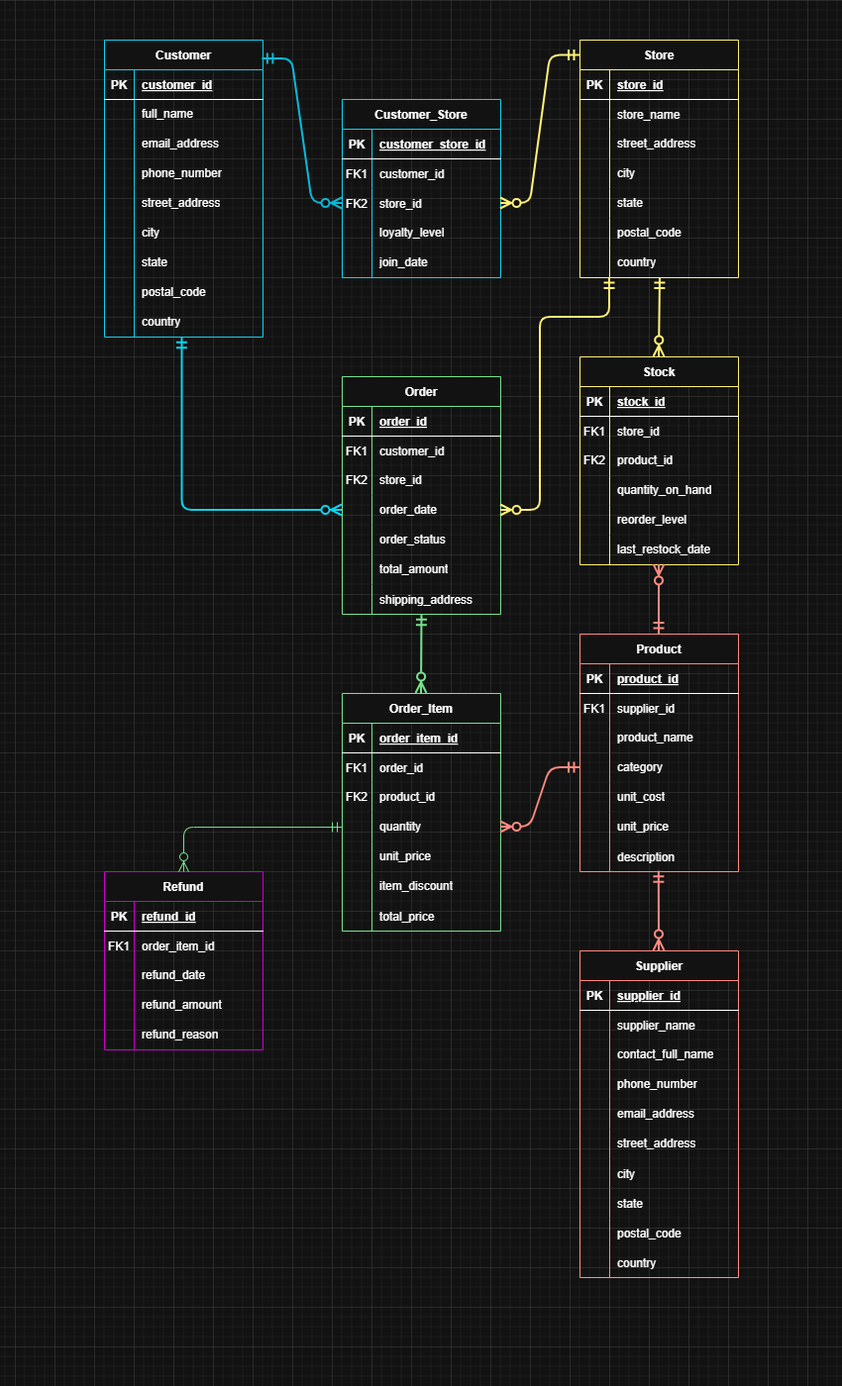
Before: Retail-Insights-Engine/02-Design/Retail_Insights_Engine_ERD.png, a diagram exported from draw.io (thandontsizi/Full-Stack-Projects). Source tidied: cells renumbered, new cells last; positions are measured from the earlier drawing's top-left corner, leaving out a move shared by most shapes.
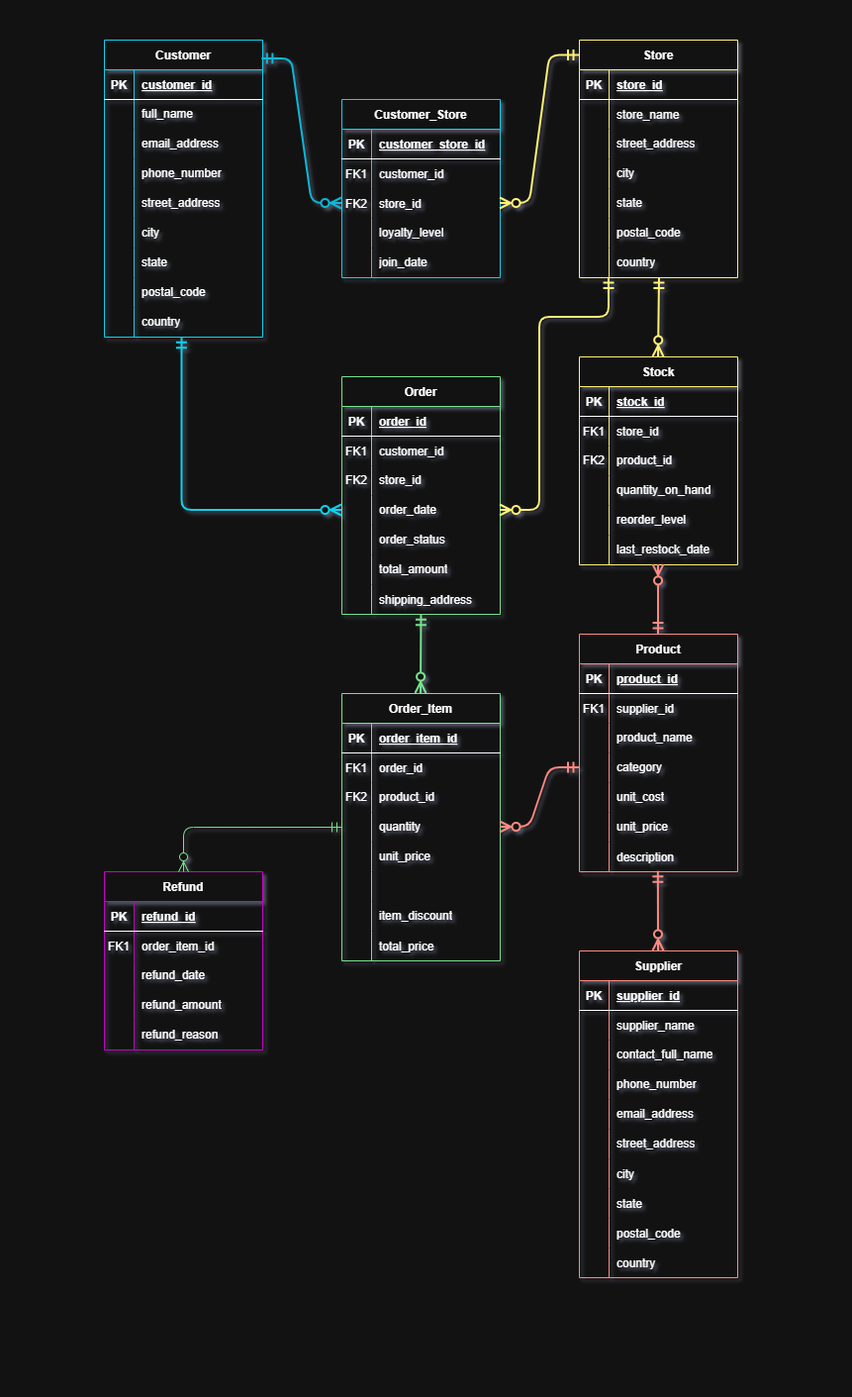
Above is the later version.

Commit message:
Modify Retail Insights Engine ERD.

What changed in the source:
```diff
@@ -117,7 +117,7 @@
       <mxGeometry x="30" width="130" height="30" as="geometry" />
     </mxCell>
     <mxCell id="40" value="Order_Item" style="shape=table;startSize=30;rowLines=0;fontStyle=1;align=center;strokeColor=light-dark(#000000,#76E38C);" parent="1" vertex="1">
-      <mxGeometry x="240" y="660" width="160" height="240" as="geometry" />
+      <mxGeometry x="240" y="660" width="160" height="270" as="geometry" />
     </mxCell>
     <mxCell id="41" style="shape=partialRectangle;fillColor=none;top=0;left=0;right=0;bottom=1;" parent="40" vertex="1">
       <mxGeometry y="30" width="160" height="30" as="geometry" />
@@ -164,8 +164,17 @@
     <mxCell id="55" value="unit_price" style="shape=partialRectangle;whiteSpace=wrap;strokeColor=inherit;overflow=hidden;fillColor=none;top=0;left=0;bottom=0;right=0;align=left;spacingLeft=6;" parent="53" vertex="1">
       <mxGeometry x="30" width="130" height="30" as="geometry" />
     </mxCell>
+    <mxCell id="211" style="shape=tableRow;horizontal=0;startSize=0;swimlaneHead=0;swimlaneBody=0;strokeColor=inherit;top=0;left=0;bottom=0;right=0;fillColor=none;fixedHeader=1;" parent="40" vertex="1">
+      <mxGeometry y="180" width="160" height="30" as="geometry" />
+    </mxCell>
+    <mxCell id="212" style="shape=partialRectangle;html=1;whiteSpace=wrap;strokeColor=inherit;overflow=hidden;fillColor=none;top=0;left=0;bottom=0;right=0;" parent="211" vertex="1">
+      <mxGeometry width="30" height="30" as="geometry" />
+    </mxCell>
+    <mxCell id="213" style="shape=partialRectangle;whiteSpace=wrap;strokeColor=inherit;overflow=hidden;fillColor=none;top=0;left=0;bottom=0;right=0;align=left;spacingLeft=6;" parent="211" vertex="1">
+      <mxGeometry x="30" width="130" height="30" as="geometry" />
+    </mxCell>
     <mxCell id="56" style="shape=tableRow;horizontal=0;startSize=0;swimlaneHead=0;swimlaneBody=0;strokeColor=inherit;top=0;left=0;bottom=0;right=0;fillColor=none;fixedHeader=1;" parent="40" vertex="1">
-      <mxGeometry y="180" width="160" height="30" as="geometry" />
+      <mxGeometry y="210" width="160" height="30" as="geometry" />
     </mxCell>
     <mxCell id="57" style="shape=partialRectangle;html=1;whiteSpace=wrap;strokeColor=inherit;overflow=hidden;fillColor=none;top=0;left=0;bottom=0;right=0;" parent="56" vertex="1">
       <mxGeometry width="30" height="30" as="geometry" />
@@ -174,7 +183,7 @@
       <mxGeometry x="30" width="130" height="30" as="geometry" />
     </mxCell>
     <mxCell id="59" style="shape=partialRectangle;fillColor=none;top=0;left=0;right=0;bottom=0;" parent="40" vertex="1">
-      <mxGeometry y="210" width="160" height="30" as="geometry" />
+      <mxGeometry y="240" width="160" height="30" as="geometry" />
     </mxCell>
     <mxCell id="60" style="shape=partialRectangle;overflow=hidden;fillColor=none;top=0;left=0;bottom=0;right=0;" parent="59" vertex="1">
       <mxGeometry width="30" height="30" as="geometry" />
```
